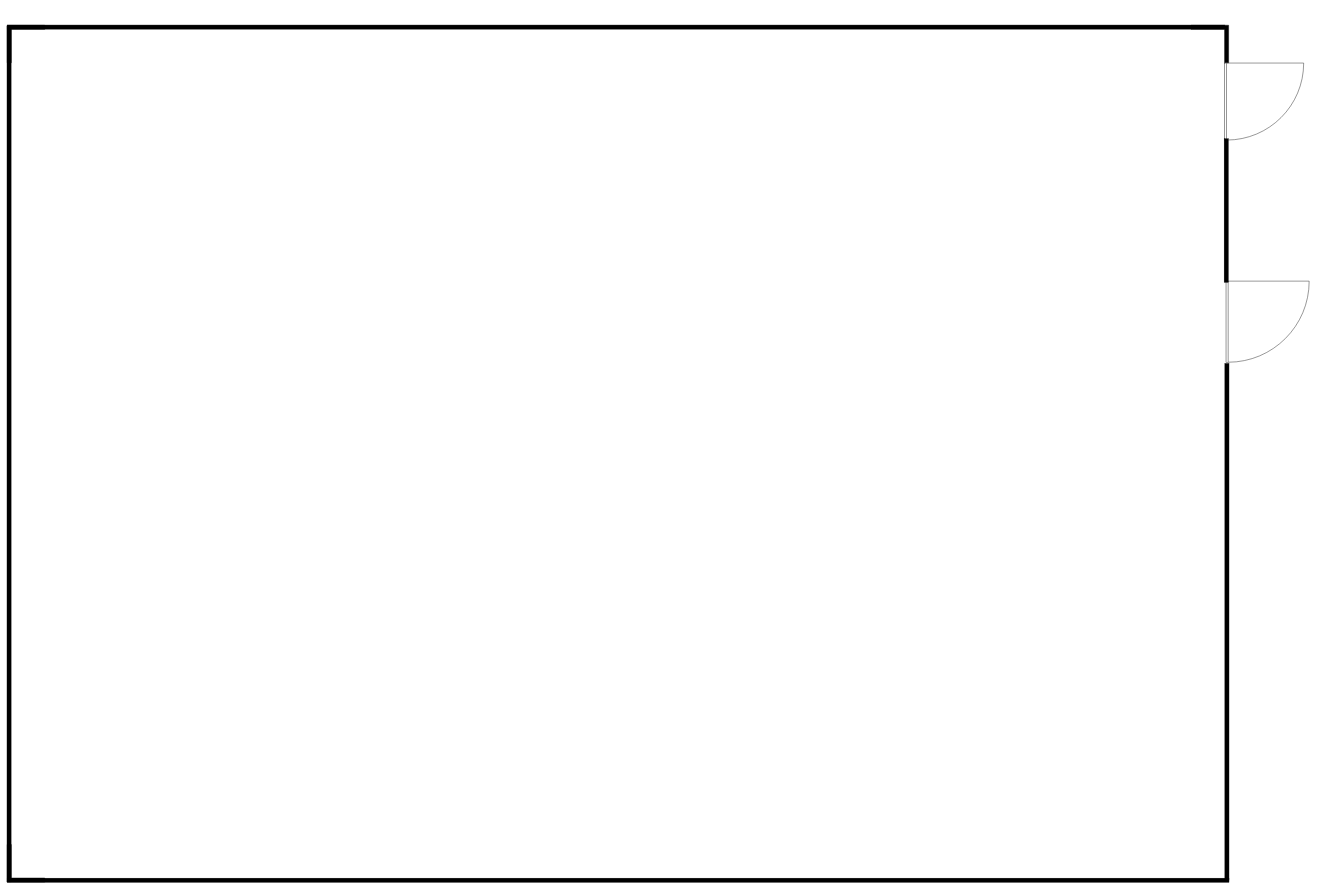
Above: Vaja X3.drawio in Pino-Tortellino/Implementation-Schemes (draw.io), before the change. Source tidied: cells renumbered, new cells numbered last; positions are measured from the earlier drawing's top-left corner, leaving out a move shared by most shapes. Both pictures are drawn from the tidied source at 41%, with x=0, y=0 at pixel (-419, 25).
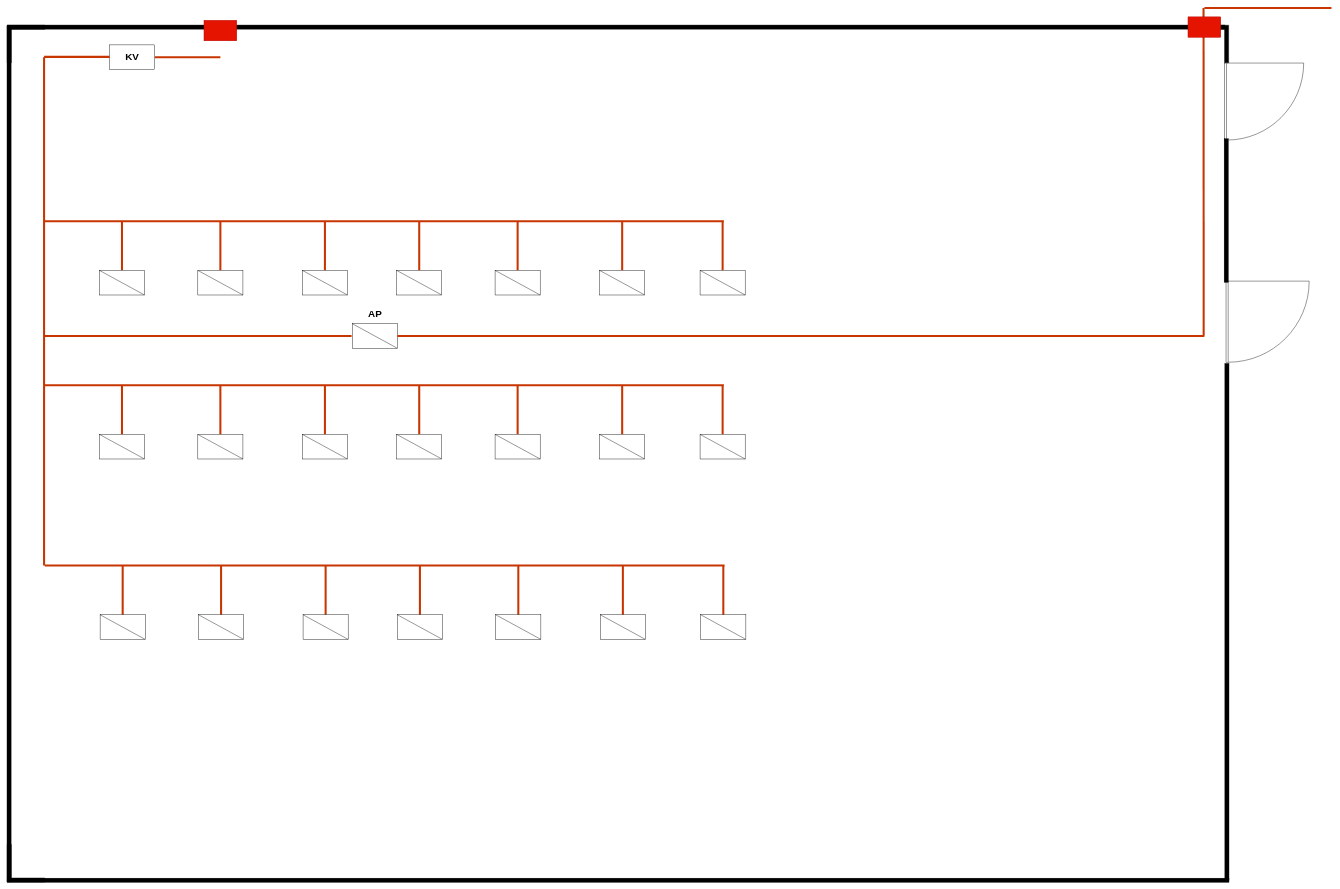
The same page after the edit.

Diff of the diagram source:
```diff
@@
+    <mxCell id="12" style="endArrow=none;html=1;rounded=0;strokeWidth=5;fillColor=#fa6800;strokeColor=light-dark(#C73500,#FFF600);" parent="1" edge="1">
+      <mxGeometry relative="1" as="geometry">
+        <mxPoint x="3959" y="-42" as="sourcePoint" />
+        <mxPoint x="4269" y="-42" as="targetPoint" />
+      </mxGeometry>
+    </mxCell>
+    <mxCell id="13" style="rounded=0;whiteSpace=wrap;html=1;fillColor=light-dark(#E51400,#FF0000);fontColor=#ffffff;strokeColor=light-dark(#B20000,#FF0010);" parent="1" vertex="1">
+      <mxGeometry x="1519" y="-12" width="80" height="50" as="geometry" />
+    </mxCell>
+    <mxCell id="14" style="endArrow=none;html=1;rounded=0;strokeWidth=5;fillColor=#fa6800;strokeColor=light-dark(#C73500,#FFF600);" parent="1" edge="1">
+      <mxGeometry relative="1" as="geometry">
+        <mxPoint x="1399" y="78" as="sourcePoint" />
+        <mxPoint x="1559" y="78" as="targetPoint" />
+      </mxGeometry>
+    </mxCell>
+    <mxCell id="15" value="&lt;font style=&quot;font-size: 24px; color: light-dark(rgb(0, 0, 0), rgb(6, 180, 255));&quot;&gt;&lt;b style=&quot;&quot;&gt;KV&lt;/b&gt;&lt;/font&gt;" style="rounded=0;whiteSpace=wrap;html=1;strokeColor=light-dark(#000000,#06B4FF);" parent="1" vertex="1">
+      <mxGeometry x="1289" y="48" width="110" height="60" as="geometry" />
+    </mxCell>
+    <mxCell id="16" style="endArrow=none;html=1;rounded=0;strokeWidth=5;fillColor=#fa6800;strokeColor=light-dark(#C73500,#FF9A03);" parent="1" edge="1">
+      <mxGeometry relative="1" as="geometry">
+        <mxPoint x="1129" y="77.2" as="sourcePoint" />
+        <mxPoint x="1289" y="77.2" as="targetPoint" />
+      </mxGeometry>
+    </mxCell>
+    <mxCell id="17" style="endArrow=none;html=1;rounded=0;strokeWidth=5;fillColor=#fa6800;strokeColor=light-dark(#C73500,#FF9A03);" parent="1" edge="1">
+      <mxGeometry relative="1" as="geometry">
+        <mxPoint x="1129" y="1318" as="sourcePoint" />
+        <mxPoint x="1129" y="78" as="targetPoint" />
+      </mxGeometry>
+    </mxCell>
+    <mxCell id="18" style="endArrow=none;html=1;rounded=0;strokeWidth=5;fillColor=#fa6800;strokeColor=light-dark(#C73500,#FF9A03);" parent="1" edge="1">
+      <mxGeometry relative="1" as="geometry">
+        <mxPoint x="1129" y="478" as="sourcePoint" />
+        <mxPoint x="2787" y="478" as="targetPoint" />
+      </mxGeometry>
+    </mxCell>
+    <mxCell id="19" style="endArrow=none;html=1;rounded=0;strokeWidth=5;fillColor=#fa6800;strokeColor=light-dark(#C73500,#FF9A03);" parent="1" edge="1">
+      <mxGeometry relative="1" as="geometry">
+        <mxPoint x="1319" y="598" as="sourcePoint" />
+        <mxPoint x="1319" y="478" as="targetPoint" />
+      </mxGeometry>
+    </mxCell>
+    <mxCell id="20" style="rounded=0;whiteSpace=wrap;html=1;strokeColor=light-dark(#000000,#06B4FF);" parent="1" vertex="1">
+      <mxGeometry x="1264" y="598" width="110" height="60" as="geometry" />
+    </mxCell>
+    <mxCell id="21" style="endArrow=none;html=1;rounded=0;entryX=0;entryY=0;entryDx=0;entryDy=0;exitX=1;exitY=1;exitDx=0;exitDy=0;strokeColor=light-dark(#000000,#06B4FF);" parent="1" edge="1" source="20" target="20">
+      <mxGeometry relative="1" as="geometry" />
+    </mxCell>
+    <mxCell id="22" style="endArrow=none;html=1;rounded=0;strokeWidth=5;fillColor=#fa6800;strokeColor=light-dark(#C73500,#FF9A03);" parent="1" edge="1">
+      <mxGeometry relative="1" as="geometry">
+        <mxPoint x="1559" y="598" as="sourcePoint" />
+        <mxPoint x="1559" y="478" as="targetPoint" />
+      </mxGeometry>
+    </mxCell>
+    <mxCell id="23" style="rounded=0;whiteSpace=wrap;html=1;strokeColor=light-dark(#000000,#06B4FF);" parent="1" vertex="1">
+      <mxGeometry x="1504" y="598" width="110" height="60" as="geometry" />
+    </mxCell>
+    <mxCell id="24" style="endArrow=none;html=1;rounded=0;entryX=0;entryY=0;entryDx=0;entryDy=0;exitX=1;exitY=1;exitDx=0;exitDy=0;strokeColor=light-dark(#000000,#06B4FF);" parent="1" edge="1" source="23" target="23">
+      <mxGeometry relative="1" as="geometry" />
+    </mxCell>
+    <mxCell id="25" style="endArrow=none;html=1;rounded=0;strokeWidth=5;fillColor=#fa6800;strokeColor=light-dark(#C73500,#FF9A03);" parent="1" edge="1">
+      <mxGeometry relative="1" as="geometry">
+        <mxPoint x="1814" y="598" as="sourcePoint" />
+        <mxPoint x="1814" y="478" as="targetPoint" />
+      </mxGeometry>
+    </mxCell>
+    <mxCell id="26" style="rounded=0;whiteSpace=wrap;html=1;strokeColor=light-dark(#000000,#06B4FF);" parent="1" vertex="1">
+      <mxGeometry x="1759" y="598" width="110" height="60" as="geometry" />
+    </mxCell>
+    <mxCell id="27" style="endArrow=none;html=1;rounded=0;entryX=0;entryY=0;entryDx=0;entryDy=0;exitX=1;exitY=1;exitDx=0;exitDy=0;strokeColor=light-dark(#000000,#06B4FF);" parent="1" edge="1" source="26" target="26">
+      <mxGeometry relative="1" as="geometry" />
+    </mxCell>
+    <mxCell id="28" style="endArrow=none;html=1;rounded=0;strokeWidth=5;fillColor=#fa6800;strokeColor=light-dark(#C73500,#FF9A03);" parent="1" edge="1">
+      <mxGeometry relative="1" as="geometry">
+        <mxPoint x="2044" y="598" as="sourcePoint" />
+        <mxPoint x="2044" y="478" as="targetPoint" />
+      </mxGeometry>
+    </mxCell>
+    <mxCell id="29" style="rounded=0;whiteSpace=wrap;html=1;strokeColor=light-dark(#000000,#06B4FF);" parent="1" vertex="1">
+      <mxGeometry x="1989" y="598" width="110" height="60" as="geometry" />
+    </mxCell>
+    <mxCell id="30" style="endArrow=none;html=1;rounded=0;entryX=0;entryY=0;entryDx=0;entryDy=0;exitX=1;exitY=1;exitDx=0;exitDy=0;strokeColor=light-dark(#000000,#06B4FF);" parent="1" edge="1" source="29" target="29">
+      <mxGeometry relative="1" as="geometry" />
+    </mxCell>
+    <mxCell id="31" style="endArrow=none;html=1;rounded=0;strokeWidth=5;fillColor=#fa6800;strokeColor=light-dark(#C73500,#FF9A03);" parent="1" edge="1">
+      <mxGeometry relative="1" as="geometry">
+        <mxPoint x="2284" y="598" as="sourcePoint" />
+        <mxPoint x="2284" y="478" as="targetPoint" />
+      </mxGeometry>
+    </mxCell>
+    <mxCell id="32" style="rounded=0;whiteSpace=wrap;html=1;strokeColor=light-dark(#000000,#06B4FF);" parent="1" vertex="1">
+      <mxGeometry x="2229" y="598" width="110" height="60" as="geometry" />
+    </mxCell>
+    <mxCell id="33" style="endArrow=none;html=1;rounded=0;entryX=0;entryY=0;entryDx=0;entryDy=0;exitX=1;exitY=1;exitDx=0;exitDy=0;strokeColor=light-dark(#000000,#06B4FF);" parent="1" edge="1" source="32" target="32">
+      <mxGeometry relative="1" as="geometry" />
+    </mxCell>
+    <mxCell id="34" style="endArrow=none;html=1;rounded=0;strokeWidth=5;fillColor=#fa6800;strokeColor=light-dark(#C73500,#FF9A03);" parent="1" edge="1">
+      <mxGeometry relative="1" as="geometry">
+        <mxPoint x="2539" y="598" as="sourcePoint" />
+        <mxPoint x="2539" y="478" as="targetPoint" />
+      </mxGeometry>
+    </mxCell>
+    <mxCell id="35" style="rounded=0;whiteSpace=wrap;html=1;strokeColor=light-dark(#000000,#06B4FF);" parent="1" vertex="1">
+      <mxGeometry x="2484" y="598" width="110" height="60" as="geometry" />
+    </mxCell>
+    <mxCell id="36" style="endArrow=none;html=1;rounded=0;entryX=0;entryY=0;entryDx=0;entryDy=0;exitX=1;exitY=1;exitDx=0;exitDy=0;strokeColor=light-dark(#000000,#06B4FF);" parent="1" edge="1" source="35" target="35">
+      <mxGeometry relative="1" as="geometry" />
+    </mxCell>
+    <mxCell id="37" style="endArrow=none;html=1;rounded=0;strokeWidth=5;fillColor=#fa6800;strokeColor=light-dark(#C73500,#FF9A03);" parent="1" edge="1">
+      <mxGeometry relative="1" as="geometry">
+        <mxPoint x="2784" y="598" as="sourcePoint" />
+        <mxPoint x="2784" y="478" as="targetPoint" />
+      </mxGeometry>
+    </mxCell>
+    <mxCell id="38" style="rounded=0;whiteSpace=wrap;html=1;strokeColor=light-dark(#000000,#06B4FF);" parent="1" vertex="1">
+      <mxGeometry x="2729" y="598" width="110" height="60" as="geometry" />
+    </mxCell>
+    <mxCell id="39" style="endArrow=none;html=1;rounded=0;entryX=0;entryY=0;entryDx=0;entryDy=0;exitX=1;exitY=1;exitDx=0;exitDy=0;strokeColor=light-dark(#000000,#06B4FF);" parent="1" edge="1" source="38" target="38">
+      <mxGeometry relative="1" as="geometry" />
+    </mxCell>
+    <mxCell id="40" style="endArrow=none;html=1;rounded=0;strokeWidth=5;fillColor=#fa6800;strokeColor=light-dark(#C73500,#FF9A03);" parent="1" edge="1">
+      <mxGeometry relative="1" as="geometry">
+        <mxPoint x="1129" y="878" as="sourcePoint" />
+        <mxPoint x="2787" y="878" as="targetPoint" />
+      </mxGeometry>
+    </mxCell>
+    <mxCell id="41" style="endArrow=none;html=1;rounded=0;strokeWidth=5;fillColor=#fa6800;strokeColor=light-dark(#C73500,#FF9A03);" parent="1" edge="1">
+      <mxGeometry relative="1" as="geometry">
+        <mxPoint x="1319" y="998" as="sourcePoint" />
+        <mxPoint x="1319" y="878" as="targetPoint" />
+      </mxGeometry>
+    </mxCell>
+    <mxCell id="42" style="rounded=0;whiteSpace=wrap;html=1;strokeColor=light-dark(#000000,#06B4FF);" parent="1" vertex="1">
+      <mxGeometry x="1264" y="998" width="110" height="60" as="geometry" />
+    </mxCell>
+    <mxCell id="43" style="endArrow=none;html=1;rounded=0;entryX=0;entryY=0;entryDx=0;entryDy=0;exitX=1;exitY=1;exitDx=0;exitDy=0;strokeColor=light-dark(#000000,#06B4FF);" parent="1" edge="1" source="42" target="42">
+      <mxGeometry relative="1" as="geometry" />
+    </mxCell>
+    <mxCell id="44" style="endArrow=none;html=1;rounded=0;strokeWidth=5;fillColor=#fa6800;strokeColor=light-dark(#C73500,#FF9A03);" parent="1" edge="1">
+      <mxGeometry relative="1" as="geometry">
+        <mxPoint x="1559" y="998" as="sourcePoint" />
+        <mxPoint x="1559" y="878" as="targetPoint" />
+      </mxGeometry>
+    </mxCell>
+    <mxCell id="45" style="rounded=0;whiteSpace=wrap;html=1;strokeColor=light-dark(#000000,#06B4FF);" parent="1" vertex="1">
+      <mxGeometry x="1504" y="998" width="110" height="60" as="geometry" />
+    </mxCell>
+    <mxCell id="46" style="endArrow=none;html=1;rounded=0;entryX=0;entryY=0;entryDx=0;entryDy=0;exitX=1;exitY=1;exitDx=0;exitDy=0;strokeColor=light-dark(#000000,#06B4FF);" parent="1" edge="1" source="45" target="45">
+      <mxGeometry relative="1" as="geometry" />
+    </mxCell>
+    <mxCell id="47" style="endArrow=none;html=1;rounded=0;strokeWidth=5;fillColor=#fa6800;strokeColor=light-dark(#C73500,#FF9A03);" parent="1" edge="1">
+      <mxGeometry relative="1" as="geometry">
+        <mxPoint x="1814" y="998" as="sourcePoint" />
+        <mxPoint x="1814" y="878" as="targetPoint" />
+      </mxGeometry>
+    </mxCell>
+    <mxCell id="48" style="rounded=0;whiteSpace=wrap;html=1;strokeColor=light-dark(#000000,#06B4FF);" parent="1" vertex="1">
+      <mxGeometry x="1759" y="998" width="110" height="60" as="geometry" />
+    </mxCell>
+    <mxCell id="49" style="endArrow=none;html=1;rounded=0;entryX=0;entryY=0;entryDx=0;entryDy=0;exitX=1;exitY=1;exitDx=0;exitDy=0;strokeColor=light-dark(#000000,#06B4FF);" parent="1" edge="1" source="48" target="48">
+      <mxGeometry relative="1" as="geometry" />
+    </mxCell>
+    <mxCell id="50" style="endArrow=none;html=1;rounded=0;strokeWidth=5;fillColor=#fa6800;strokeColor=light-dark(#C73500,#FF9A03);" parent="1" edge="1">
+      <mxGeometry relative="1" as="geometry">
+        <mxPoint x="2044" y="998" as="sourcePoint" />
+        <mxPoint x="2044" y="878" as="targetPoint" />
+      </mxGeometry>
+    </mxCell>
+    <mxCell id="51" style="rounded=0;whiteSpace=wrap;html=1;strokeColor=light-dark(#000000,#06B4FF);" parent="1" vertex="1">
+      <mxGeometry x="1989" y="998" width="110" height="60" as="geometry" />
+    </mxCell>
+    <mxCell id="52" style="endArrow=none;html=1;rounded=0;entryX=0;entryY=0;entryDx=0;entryDy=0;exitX=1;exitY=1;exitDx=0;exitDy=0;strokeColor=light-dark(#000000,#06B4FF);" parent="1" edge="1" source="51" target="51">
+      <mxGeometry relative="1" as="geometry" />
+    </mxCell>
+    <mxCell id="53" style="endArrow=none;html=1;rounded=0;strokeWidth=5;fillColor=#fa6800;strokeColor=light-dark(#C73500,#FF9A03);" parent="1" edge="1">
+      <mxGeometry relative="1" as="geometry">
+        <mxPoint x="2284" y="998" as="sourcePoint" />
+        <mxPoint x="2284" y="878" as="targetPoint" />
+      </mxGeometry>
+    </mxCell>
+    <mxCell id="54" style="rounded=0;whiteSpace=wrap;html=1;strokeColor=light-dark(#000000,#06B4FF);" parent="1" vertex="1">
+      <mxGeometry x="2229" y="998" width="110" height="60" as="geometry" />
+    </mxCell>
+    <mxCell id="55" style="endArrow=none;html=1;rounded=0;entryX=0;entryY=0;entryDx=0;entryDy=0;exitX=1;exitY=1;exitDx=0;exitDy=0;strokeColor=light-dark(#000000,#06B4FF);" parent="1" edge="1" source="54" target="54">
+      <mxGeometry relative="1" as="geometry" />
+    </mxCell>
+    <mxCell id="56" style="endArrow=none;html=1;rounded=0;strokeWidth=5;fillColor=#fa6800;strokeColor=light-dark(#C73500,#FF9A03);" parent="1" edge="1">
+      <mxGeometry relative="1" as="geometry">
+        <mxPoint x="2539" y="998" as="sourcePoint" />
+        <mxPoint x="2539" y="878" as="targetPoint" />
+      </mxGeometry>
+    </mxCell>
+    <mxCell id="57" style="rounded=0;whiteSpace=wrap;html=1;strokeColor=light-dark(#000000,#06B4FF);" parent="1" vertex="1">
+      <mxGeometry x="2484" y="998" width="110" height="60" as="geometry" />
+    </mxCell>
+    <mxCell id="58" style="endArrow=none;html=1;rounded=0;entryX=0;entryY=0;entryDx=0;entryDy=0;exitX=1;exitY=1;exitDx=0;exitDy=0;strokeColor=light-dark(#000000,#06B4FF);" parent="1" edge="1" source="57" target="57">
+      <mxGeometry relative="1" as="geometry" />
+    </mxCell>
+    <mxCell id="59" style="endArrow=none;html=1;rounded=0;strokeWidth=5;fillColor=#fa6800;strokeColor=light-dark(#C73500,#FF9A03);" parent="1" edge="1">
+      <mxGeometry relative="1" as="geometry">
+        <mxPoint x="2784" y="998" as="sourcePoint" />
+        <mxPoint x="2784" y="878" as="targetPoint" />
+      </mxGeometry>
+    </mxCell>
+    <mxCell id="60" style="rounded=0;whiteSpace=wrap;html=1;strokeColor=light-dark(#000000,#06B4FF);" parent="1" vertex="1">
+      <mxGeometry x="2729" y="998" width="110" height="60" as="geometry" />
+    </mxCell>
+    <mxCell id="61" style="endArrow=none;html=1;rounded=0;entryX=0;entryY=0;entryDx=0;entryDy=0;exitX=1;exitY=1;exitDx=0;exitDy=0;strokeColor=light-dark(#000000,#06B4FF);" parent="1" edge="1" source="60" target="60">
+      <mxGeometry relative="1" as="geometry" />
+    </mxCell>
+    <mxCell id="62" style="endArrow=none;html=1;rounded=0;strokeWidth=5;fillColor=#fa6800;strokeColor=light-dark(#C73500,#FF9A03);" parent="1" edge="1">
+      <mxGeometry relative="1" as="geometry">
+        <mxPoint x="1130.7" y="1318" as="sourcePoint" />
+        <mxPoint x="2788.7" y="1318" as="targetPoint" />
+      </mxGeometry>
+    </mxCell>
+    <mxCell id="63" style="endArrow=none;html=1;rounded=0;strokeWidth=5;fillColor=#fa6800;strokeColor=light-dark(#C73500,#FF9A03);" parent="1" edge="1">
+      <mxGeometry relative="1" as="geometry">
+        <mxPoint x="1320.7" y="1438" as="sourcePoint" />
+        <mxPoint x="1320.7" y="1318" as="targetPoint" />
+      </mxGeometry>
+    </mxCell>
+    <mxCell id="64" style="rounded=0;whiteSpace=wrap;html=1;strokeColor=light-dark(#000000,#06B4FF);" parent="1" vertex="1">
+      <mxGeometry x="1265.7" y="1438" width="110" height="60" as="geometry" />
+    </mxCell>
+    <mxCell id="65" style="endArrow=none;html=1;rounded=0;entryX=0;entryY=0;entryDx=0;entryDy=0;exitX=1;exitY=1;exitDx=0;exitDy=0;strokeColor=light-dark(#000000,#06B4FF);" parent="1" edge="1" source="64" target="64">
+      <mxGeometry relative="1" as="geometry" />
+    </mxCell>
+    <mxCell id="66" style="endArrow=none;html=1;rounded=0;strokeWidth=5;fillColor=#fa6800;strokeColor=light-dark(#C73500,#FF9A03);" parent="1" edge="1">
+      <mxGeometry relative="1" as="geometry">
+        <mxPoint x="1560.7" y="1438" as="sourcePoint" />
+        <mxPoint x="1560.7" y="1318" as="targetPoint" />
+      </mxGeometry>
+    </mxCell>
+    <mxCell id="67" style="rounded=0;whiteSpace=wrap;html=1;strokeColor=light-dark(#000000,#06B4FF);" parent="1" vertex="1">
+      <mxGeometry x="1505.7" y="1438" width="110" height="60" as="geometry" />
+    </mxCell>
+    <mxCell id="68" style="endArrow=none;html=1;rounded=0;entryX=0;entryY=0;entryDx=0;entryDy=0;exitX=1;exitY=1;exitDx=0;exitDy=0;strokeColor=light-dark(#000000,#06B4FF);" parent="1" edge="1" source="67" target="67">
+      <mxGeometry relative="1" as="geometry" />
+    </mxCell>
+    <mxCell id="69" style="endArrow=none;html=1;rounded=0;strokeWidth=5;fillColor=#fa6800;strokeColor=light-dark(#C73500,#FF9A03);" parent="1" edge="1">
+      <mxGeometry relative="1" as="geometry">
+        <mxPoint x="1815.7" y="1438" as="sourcePoint" />
+        <mxPoint x="1815.7" y="1318" as="targetPoint" />
+      </mxGeometry>
+    </mxCell>
+    <mxCell id="70" style="rounded=0;whiteSpace=wrap;html=1;strokeColor=light-dark(#000000,#06B4FF);" parent="1" vertex="1">
+      <mxGeometry x="1760.7" y="1438" width="110" height="60" as="geometry" />
+    </mxCell>
+    <mxCell id="71" style="endArrow=none;html=1;rounded=0;entryX=0;entryY=0;entryDx=0;entryDy=0;exitX=1;exitY=1;exitDx=0;exitDy=0;strokeColor=light-dark(#000000,#06B4FF);" parent="1" edge="1" source="70" target="70">
+      <mxGeometry relative="1" as="geometry" />
+    </mxCell>
+    <mxCell id="72" style="endArrow=none;html=1;rounded=0;strokeWidth=5;fillColor=#fa6800;strokeColor=light-dark(#C73500,#FF9A03);" parent="1" edge="1">
+      <mxGeometry relative="1" as="geometry">
+        <mxPoint x="2045.7" y="1438" as="sourcePoint" />
+        <mxPoint x="2045.7" y="1318" as="targetPoint" />
+      </mxGeometry>
+    </mxCell>
+    <mxCell id="73" style="rounded=0;whiteSpace=wrap;html=1;strokeColor=light-dark(#000000,#06B4FF);" parent="1" vertex="1">
+      <mxGeometry x="1990.7" y="1438" width="110" height="60" as="geometry" />
+    </mxCell>
+    <mxCell id="74" style="endArrow=none;html=1;rounded=0;entryX=0;entryY=0;entryDx=0;entryDy=0;exitX=1;exitY=1;exitDx=0;exitDy=0;strokeColor=light-dark(#000000,#06B4FF);" parent="1" edge="1" source="73" target="73">
+      <mxGeometry relative="1" as="geometry" />
+    </mxCell>
+    <mxCell id="75" style="endArrow=none;html=1;rounded=0;strokeWidth=5;fillColor=#fa6800;strokeColor=light-dark(#C73500,#FF9A03);" parent="1" edge="1">
+      <mxGeometry relative="1" as="geometry">
+        <mxPoint x="2285.7" y="1438" as="sourcePoint" />
+        <mxPoint x="2285.7" y="1318" as="targetPoint" />
+      </mxGeometry>
+    </mxCell>
+    <mxCell id="76" style="rounded=0;whiteSpace=wrap;html=1;strokeColor=light-dark(#000000,#06B4FF);" parent="1" vertex="1">
+      <mxGeometry x="2230.7" y="1438" width="110" height="60" as="geometry" />
+    </mxCell>
+    <mxCell id="77" style="endArrow=none;html=1;rounded=0;entryX=0;entryY=0;entryDx=0;entryDy=0;exitX=1;exitY=1;exitDx=0;exitDy=0;strokeColor=light-dark(#000000,#06B4FF);" parent="1" edge="1" source="76" target="76">
+      <mxGeometry relative="1" as="geometry" />
+    </mxCell>
+    <mxCell id="78" style="endArrow=none;html=1;rounded=0;strokeWidth=5;fillColor=#fa6800;strokeColor=light-dark(#C73500,#FF9A03);" parent="1" edge="1">
+      <mxGeometry relative="1" as="geometry">
+        <mxPoint x="2540.7" y="1438" as="sourcePoint" />
+        <mxPoint x="2540.7" y="1318" as="targetPoint" />
+      </mxGeometry>
+    </mxCell>
+    <mxCell id="79" style="rounded=0;whiteSpace=wrap;html=1;strokeColor=light-dark(#000000,#06B4FF);" parent="1" vertex="1">
+      <mxGeometry x="2485.7" y="1438" width="110" height="60" as="geometry" />
+    </mxCell>
+    <mxCell id="80" style="endArrow=none;html=1;rounded=0;entryX=0;entryY=0;entryDx=0;entryDy=0;exitX=1;exitY=1;exitDx=0;exitDy=0;strokeColor=light-dark(#000000,#06B4FF);" parent="1" edge="1" source="79" target="79">
+      <mxGeometry relative="1" as="geometry" />
+    </mxCell>
+    <mxCell id="81" style="endArrow=none;html=1;rounded=0;strokeWidth=5;fillColor=#fa6800;strokeColor=light-dark(#C73500,#FF9A03);" parent="1" edge="1">
+      <mxGeometry relative="1" as="geometry">
+        <mxPoint x="2785.7" y="1438" as="sourcePoint" />
+        <mxPoint x="2785.7" y="1318" as="targetPoint" />
+      </mxGeometry>
+    </mxCell>
+    <mxCell id="82" style="rounded=0;whiteSpace=wrap;html=1;strokeColor=light-dark(#000000,#06B4FF);" parent="1" vertex="1">
+      <mxGeometry x="2730.7" y="1438" width="110" height="60" as="geometry" />
+    </mxCell>
+    <mxCell id="83" style="endArrow=none;html=1;rounded=0;entryX=0;entryY=0;entryDx=0;entryDy=0;exitX=1;exitY=1;exitDx=0;exitDy=0;strokeColor=light-dark(#000000,#06B4FF);" parent="1" edge="1" source="82" target="82">
+      <mxGeometry relative="1" as="geometry" />
+    </mxCell>
+    <mxCell id="84" style="endArrow=none;html=1;rounded=0;strokeWidth=5;fillColor=#fa6800;strokeColor=light-dark(#C73500,#FF9A03);" parent="1" edge="1">
+      <mxGeometry relative="1" as="geometry">
+        <mxPoint x="1130.7" y="758" as="sourcePoint" />
+        <mxPoint x="1879" y="758" as="targetPoint" />
+      </mxGeometry>
+    </mxCell>
+    <mxCell id="85" style="rounded=0;whiteSpace=wrap;html=1;strokeColor=light-dark(#000000,#06B4FF);" parent="1" vertex="1">
+      <mxGeometry x="1880.7" y="728" width="110" height="60" as="geometry" />
+    </mxCell>
+    <mxCell id="86" style="endArrow=none;html=1;rounded=0;entryX=0;entryY=0;entryDx=0;entryDy=0;exitX=1;exitY=1;exitDx=0;exitDy=0;strokeColor=light-dark(#000000,#06B4FF);" parent="1" edge="1" source="85" target="85">
+      <mxGeometry relative="1" as="geometry" />
+    </mxCell>
+    <mxCell id="87" value="&lt;font style=&quot;color: light-dark(rgb(0, 0, 0), rgb(6, 180, 255)); font-size: 24px;&quot;&gt;&lt;b&gt;AP&lt;/b&gt;&lt;/font&gt;" style="text;html=1;align=center;verticalAlign=middle;strokeColor=none;fillColor=none;" parent="1" vertex="1">
+      <mxGeometry x="1905.7" y="683" width="60" height="40" as="geometry" />
+    </mxCell>
+    <mxCell id="88" style="endArrow=none;html=1;rounded=0;strokeWidth=5;fillColor=#fa6800;strokeColor=light-dark(#C73500,#FF9A03);" parent="1" edge="1">
+      <mxGeometry relative="1" as="geometry">
+        <mxPoint x="1990.7" y="758" as="sourcePoint" />
+        <mxPoint x="3959" y="758" as="targetPoint" />
+      </mxGeometry>
+    </mxCell>
+    <mxCell id="89" style="endArrow=none;html=1;rounded=0;strokeWidth=5;fillColor=#fa6800;strokeColor=light-dark(#C73500,#FF9A03);" parent="1" edge="1">
+      <mxGeometry relative="1" as="geometry">
+        <mxPoint x="3957" y="-42" as="sourcePoint" />
+        <mxPoint x="3957.3" y="757" as="targetPoint" />
+      </mxGeometry>
+    </mxCell>
+    <mxCell id="90" style="endArrow=none;html=1;rounded=0;strokeWidth=5;fillColor=#fa6800;strokeColor=light-dark(#C73500,#FF9A03);" parent="1" edge="1" target="91">
+      <mxGeometry relative="1" as="geometry">
+        <mxPoint x="3957" y="-12" as="sourcePoint" />
+      </mxGeometry>
+    </mxCell>
+    <mxCell id="91" style="rounded=0;whiteSpace=wrap;html=1;fillColor=light-dark(#E51400,#FF0000);fontColor=#ffffff;strokeColor=light-dark(#B20000,#FF0010);" parent="1" vertex="1">
+      <mxGeometry x="3919" y="-20.4" width="80" height="50" as="geometry" />
+    </mxCell>
```
